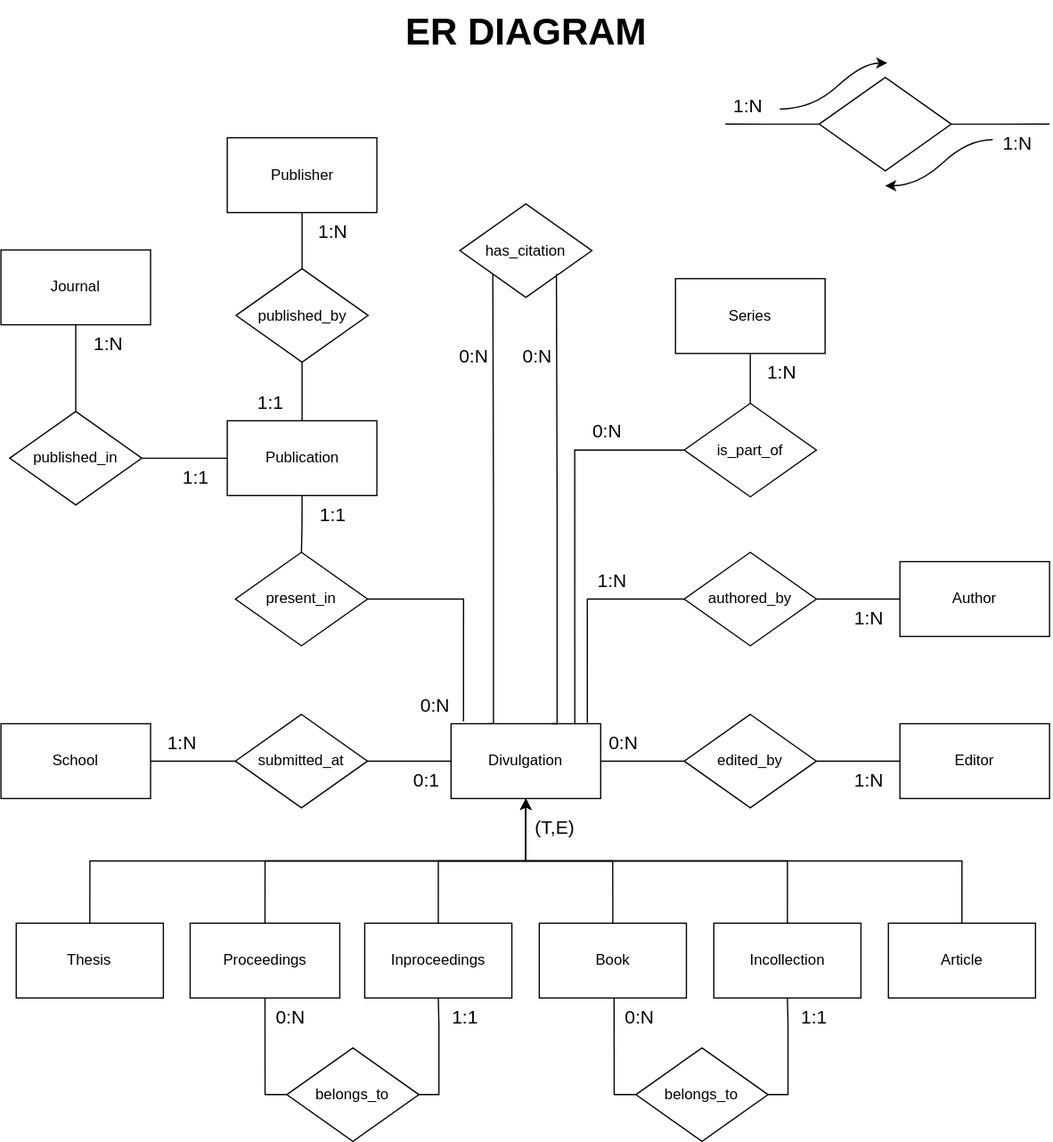
The draw.io diagram ER_diagram/ER_final_page1_no_bg.svg in Ax-Time/smbud-project, before a commit. Source tidied: cells renumbered, new cells last; positions are measured from the earlier drawing's top-left corner, leaving out a move shared by most shapes.
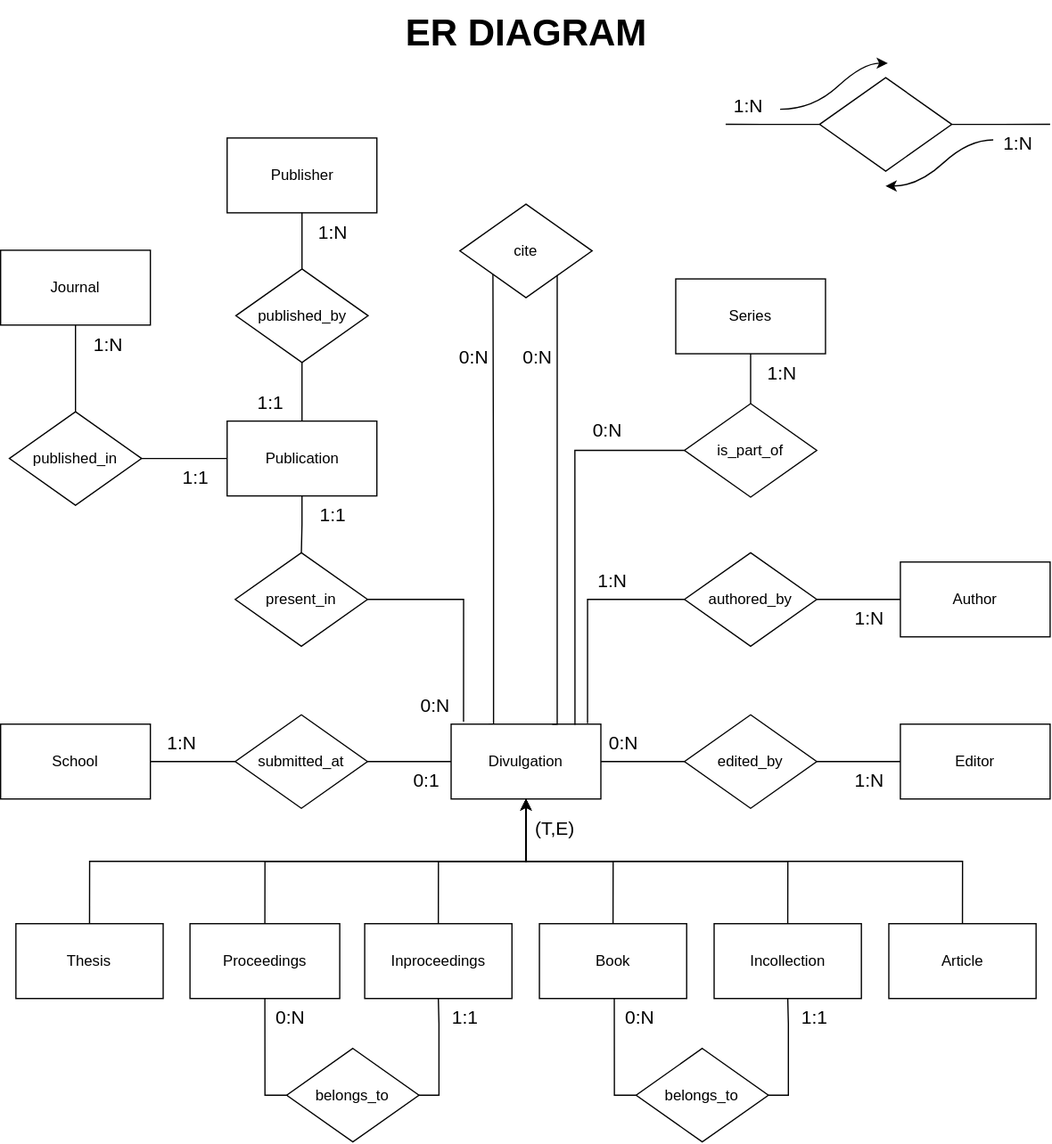
The same file after the commit.

Commit message:
fix(ER): modified 'has_citation' relationship to an active one

What changed in the source:
```diff
@@ -82,7 +82,7 @@
     <mxCell id="26" value="is_part_of" style="rhombus;whiteSpace=wrap;html=1;" parent="1" vertex="1">
       <mxGeometry x="548" y="323" width="106" height="75" as="geometry" />
     </mxCell>
-    <mxCell id="27" value="has_citation" style="rhombus;whiteSpace=wrap;html=1;" parent="1" vertex="1">
+    <mxCell id="27" value="cite" style="rhombus;whiteSpace=wrap;html=1;" parent="1" vertex="1">
       <mxGeometry x="368" y="163" width="106" height="75" as="geometry" />
     </mxCell>
     <mxCell id="28" style="edgeStyle=orthogonalEdgeStyle;rounded=0;jettySize=auto;html=1;exitX=0.5;exitY=0;exitDx=0;exitDy=0;entryX=0.5;entryY=1;entryDx=0;entryDy=0;" parent="1" edge="1" source="29" target="20">
@@ -169,10 +169,10 @@
     <mxCell id="53" value="1:N" style="text;html=1;align=center;verticalAlign=middle;strokeColor=none;fillColor=none;fontSize=15;" parent="1" vertex="1">
       <mxGeometry x="671" y="610" width="50" height="30" as="geometry" />
     </mxCell>
-    <mxCell id="54" style="edgeStyle=orthogonalEdgeStyle;rounded=0;orthogonalLoop=1;jettySize=auto;html=1;exitX=0.25;exitY=0;exitDx=0;exitDy=0;entryX=0;entryY=1;entryDx=0;entryDy=0;endArrow=none;endFill=0;" parent="1" edge="1">
+    <mxCell id="54" style="edgeStyle=orthogonalEdgeStyle;rounded=0;orthogonalLoop=1;jettySize=auto;html=1;exitX=0.25;exitY=0;exitDx=0;exitDy=0;endArrow=none;endFill=0;" parent="1" edge="1">
       <mxGeometry relative="1" as="geometry">
         <mxPoint x="442" y="580" as="sourcePoint" />
-        <mxPoint x="445.5" y="219.2" as="targetPoint" />
+        <mxPoint x="446" y="220" as="targetPoint" />
         <Array as="points">
           <mxPoint x="446" y="580" />
           <mxPoint x="446" y="409" />
```
